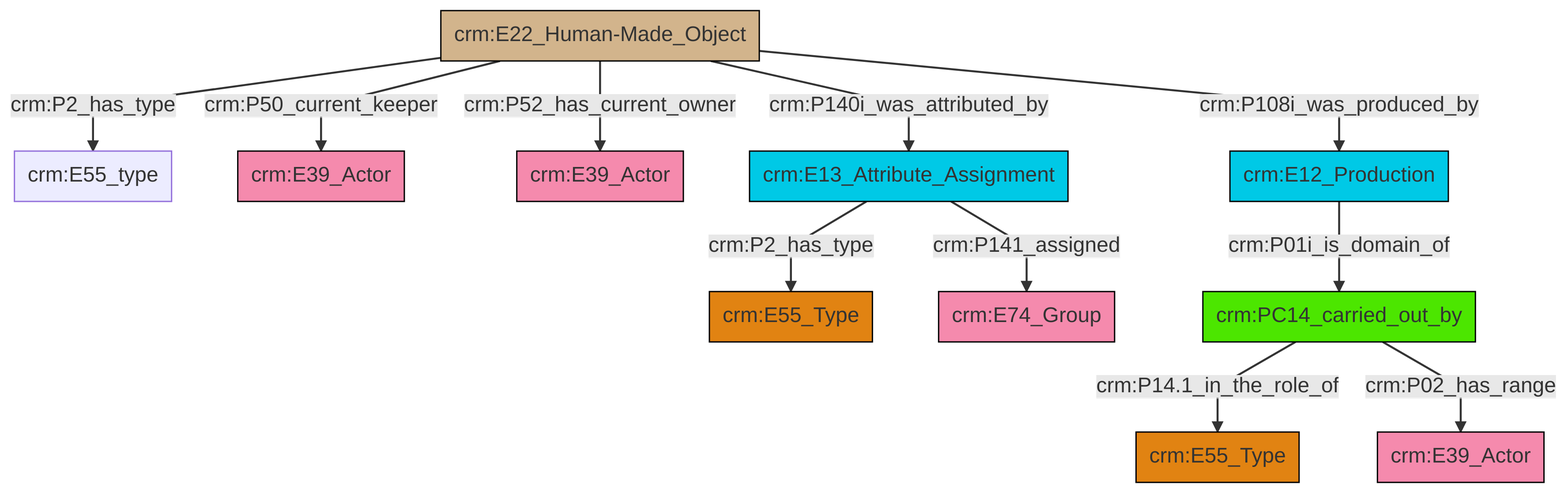
Earlier version of the Mermaid export et/artworkCSV/ttl/mmd/png/Artwork_Actor_Relations.png (swiss-art-research-net/docs.swissartresearch). Its source is kept beside it as et/artworkCSV/ttl/mmd/Artwork_Actor_Relations.ttl.mmd.
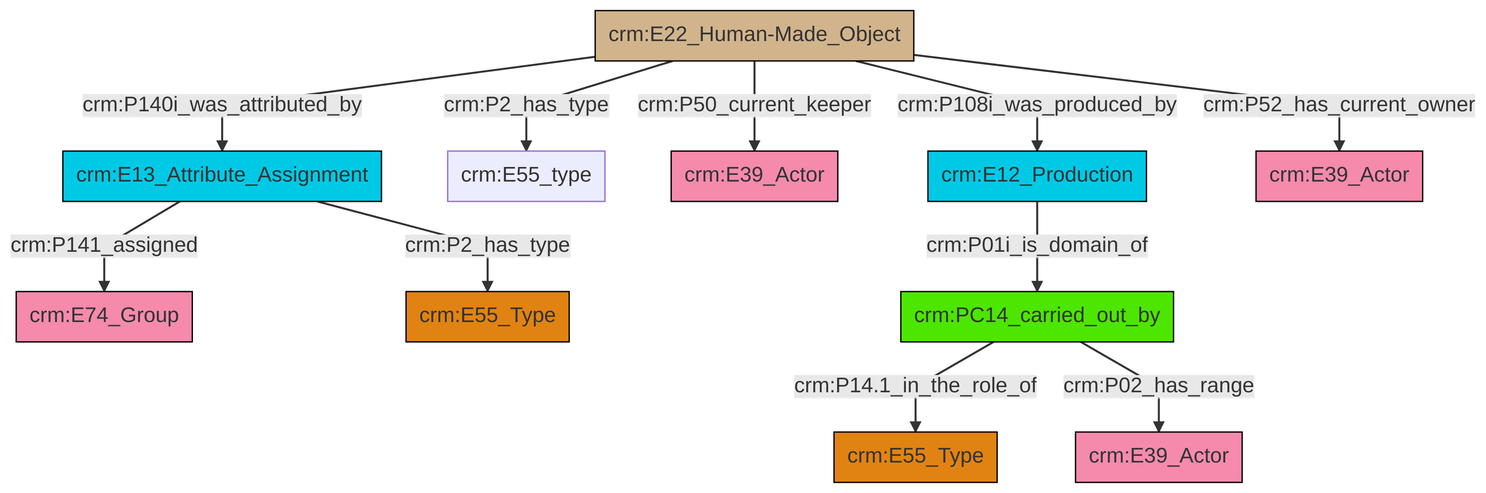
After the commit.

Change to the diagram source:
```diff
@@ -13,13 +13,13 @@
 classDef PC_Classes fill:#4ce600, stroke:#000000;
 classDef Multi fill:#cccccc,stroke:#000000;
 
-7["crm:E22_Human-Made_Object"]:::Physical_Thing -->|crm:P50_current_keeper| 8["crm:E39_Actor"]:::Actor
-7["crm:E22_Human-Made_Object"]:::Physical_Thing -->|crm:P52_has_current_owner| 9["crm:E39_Actor"]:::Actor
-11["crm:E12_Production"]:::Temporal_Entity -->|crm:P01i_is_domain_of| 13["crm:PC14_carried_out_by"]:::PC_Classes
-7["crm:E22_Human-Made_Object"]:::Physical_Thing -->|crm:P2_has_type| 2["crm:E55_type"]:::Default
-7["crm:E22_Human-Made_Object"]:::Physical_Thing -->|crm:P108i_was_produced_by| 11["crm:E12_Production"]:::Temporal_Entity
-14["crm:E13_Attribute_Assignment"]:::Temporal_Entity -->|crm:P141_assigned| 5["crm:E74_Group"]:::Actor
-13["crm:PC14_carried_out_by"]:::PC_Classes -->|crm:P14.1_in_the_role_of| 17["crm:E55_Type"]:::Type
-14["crm:E13_Attribute_Assignment"]:::Temporal_Entity -->|crm:P2_has_type| 0["crm:E55_Type"]:::Type
-13["crm:PC14_carried_out_by"]:::PC_Classes -->|crm:P02_has_range| 20["crm:E39_Actor"]:::Actor
-7["crm:E22_Human-Made_Object"]:::Physical_Thing -->|crm:P140i_was_attributed_by| 14["crm:E13_Attribute_Assignment"]:::Temporal_Entity
+2["crm:E13_Attribute_Assignment"]:::Temporal_Entity -->|crm:P141_assigned| 4["crm:E74_Group"]:::Actor
+10["crm:E22_Human-Made_Object"]:::Physical_Thing -->|crm:P108i_was_produced_by| 12["crm:E12_Production"]:::Temporal_Entity
+10["crm:E22_Human-Made_Object"]:::Physical_Thing -->|crm:P52_has_current_owner| 15["crm:E39_Actor"]:::Actor
+2["crm:E13_Attribute_Assignment"]:::Temporal_Entity -->|crm:P2_has_type| 13["crm:E55_Type"]:::Type
+16["crm:PC14_carried_out_by"]:::PC_Classes -->|crm:P14.1_in_the_role_of| 0["crm:E55_Type"]:::Type
+10["crm:E22_Human-Made_Object"]:::Physical_Thing -->|crm:P2_has_type| 6["crm:E55_type"]:::Default
+10["crm:E22_Human-Made_Object"]:::Physical_Thing -->|crm:P140i_was_attributed_by| 2["crm:E13_Attribute_Assignment"]:::Temporal_Entity
+10["crm:E22_Human-Made_Object"]:::Physical_Thing -->|crm:P50_current_keeper| 8["crm:E39_Actor"]:::Actor
+16["crm:PC14_carried_out_by"]:::PC_Classes -->|crm:P02_has_range| 19["crm:E39_Actor"]:::Actor
+12["crm:E12_Production"]:::Temporal_Entity -->|crm:P01i_is_domain_of| 16["crm:PC14_carried_out_by"]:::PC_Classes
```
